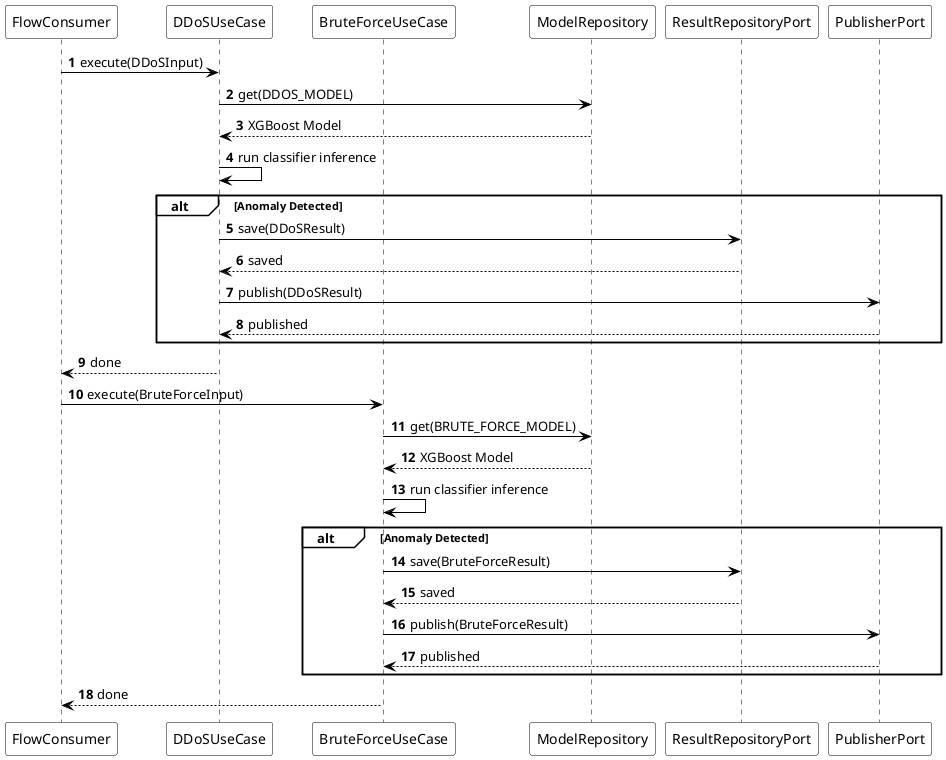
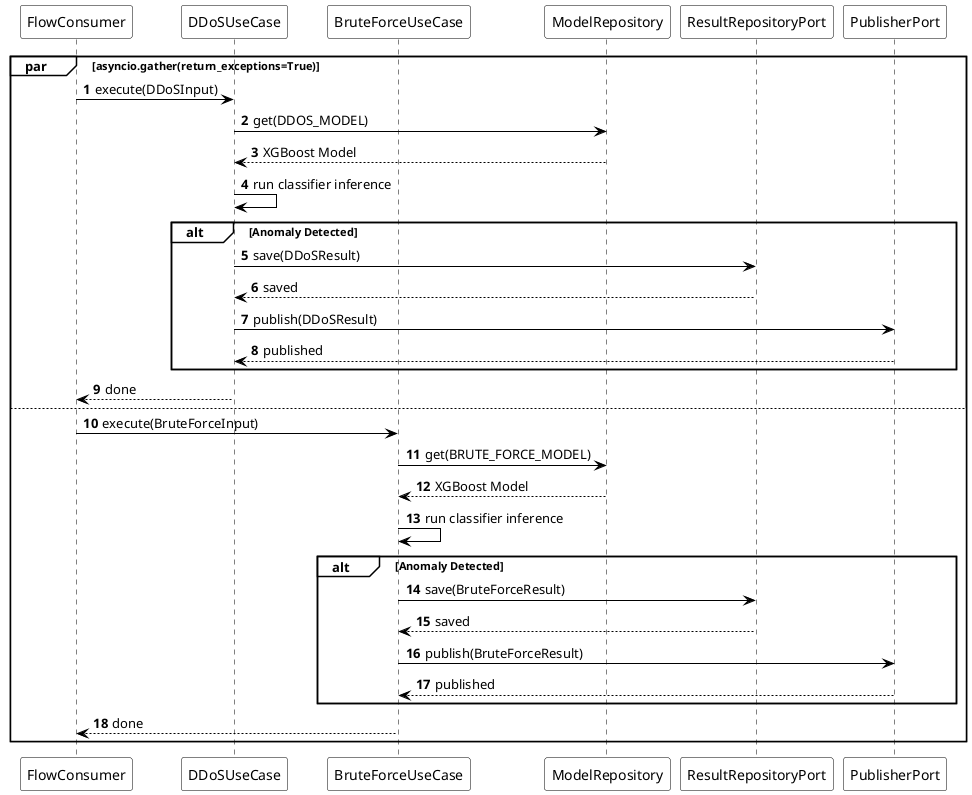
@startuml sequence-network-flow-uc2-uc4
autonumber
<style>
root {
  BackgroundColor white
  LineColor black
  FontColor black
}
sequenceDiagram {
  participant {
    Padding 10
  }
}
</style>

participant "FlowConsumer" as Consumer
participant "DDoSUseCase" as DDoS_UC
participant "BruteForceUseCase" as BF_UC
participant "ModelRepository" as ModelStore
participant "ResultRepositoryPort" as ResultRepo
participant "PublisherPort" as Publisher

- Consumer -> DDoS_UC : execute(DDoSInput)
- DDoS_UC -> ModelStore : get(DDOS_MODEL)
- ModelStore --> DDoS_UC : XGBoost Model
- DDoS_UC -> DDoS_UC : run classifier inference
- alt Anomaly Detected
-     DDoS_UC -> ResultRepo : save(DDoSResult)
-     ResultRepo --> DDoS_UC : saved
-     DDoS_UC -> Publisher : publish(DDoSResult)
-     Publisher --> DDoS_UC : published
+ par asyncio.gather(return_exceptions=True)
+     Consumer -> DDoS_UC : execute(DDoSInput)
+     DDoS_UC -> ModelStore : get(DDOS_MODEL)
+     ModelStore --> DDoS_UC : XGBoost Model
+     DDoS_UC -> DDoS_UC : run classifier inference
+     alt Anomaly Detected
+         DDoS_UC -> ResultRepo : save(DDoSResult)
+         ResultRepo --> DDoS_UC : saved
+         DDoS_UC -> Publisher : publish(DDoSResult)
+         Publisher --> DDoS_UC : published
+     end
+     DDoS_UC --> Consumer : done
+ else
+     Consumer -> BF_UC : execute(BruteForceInput)
+     BF_UC -> ModelStore : get(BRUTE_FORCE_MODEL)
+     ModelStore --> BF_UC : XGBoost Model
+     BF_UC -> BF_UC : run classifier inference
+     alt Anomaly Detected
+         BF_UC -> ResultRepo : save(BruteForceResult)
+         ResultRepo --> BF_UC : saved
+         BF_UC -> Publisher : publish(BruteForceResult)
+         Publisher --> BF_UC : published
+     end
+     BF_UC --> Consumer : done
end
- DDoS_UC --> Consumer : done
- 
- Consumer -> BF_UC : execute(BruteForceInput)
- BF_UC -> ModelStore : get(BRUTE_FORCE_MODEL)
- ModelStore --> BF_UC : XGBoost Model
- BF_UC -> BF_UC : run classifier inference
- alt Anomaly Detected
-     BF_UC -> ResultRepo : save(BruteForceResult)
-     ResultRepo --> BF_UC : saved
-     BF_UC -> Publisher : publish(BruteForceResult)
-     Publisher --> BF_UC : published
- end
- BF_UC --> Consumer : done

@enduml
